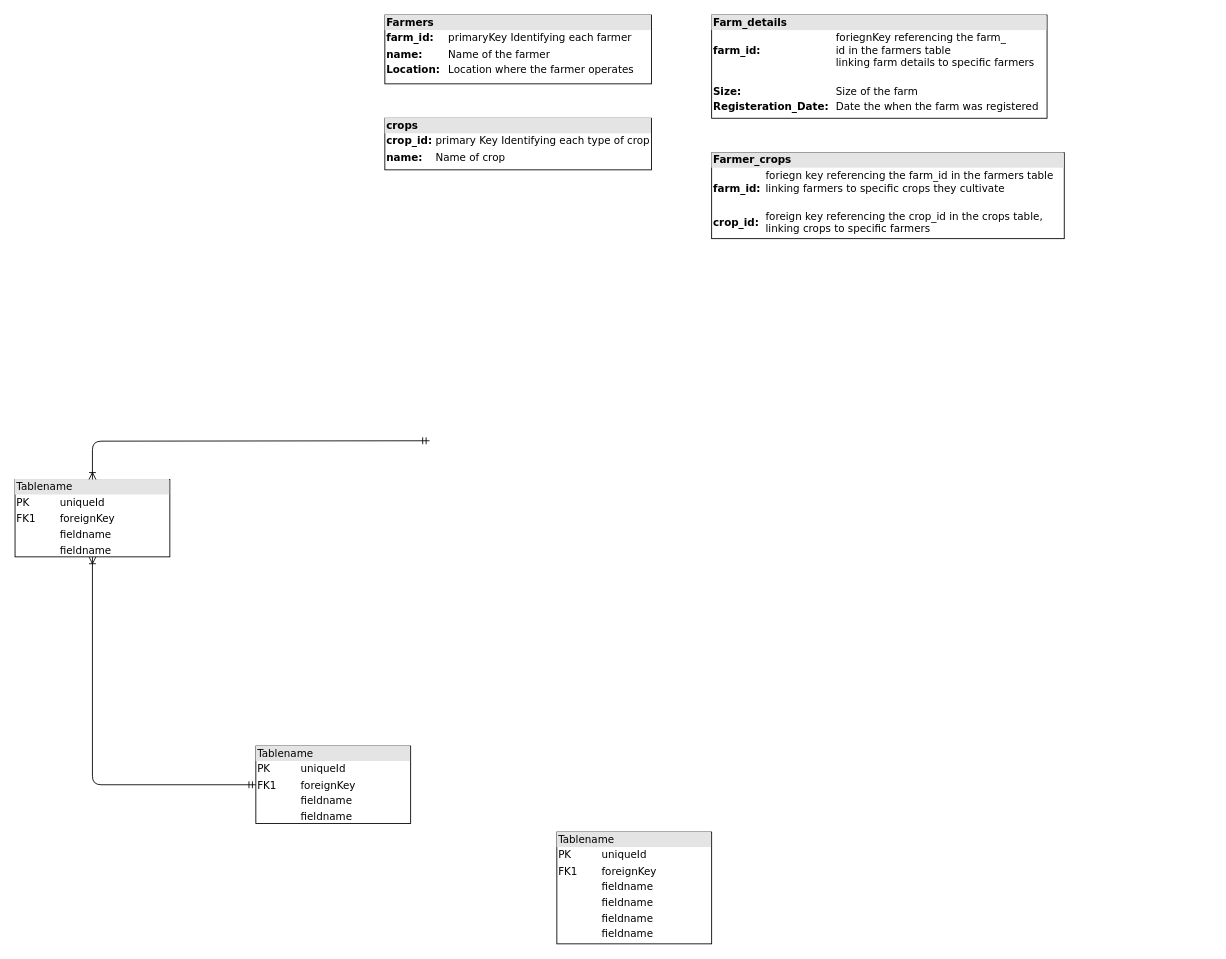
Galaxical/projecPractice keeps this draw.io diagram as Untitled Diagram.drawio. Above is the earlier version. Source tidied: cells renumbered, new cells numbered last; positions are measured from the earlier drawing's top-left corner, leaving out a move shared by most shapes. Both pictures are drawn from the tidied source at 86%, with x=0, y=0 at pixel (15, 15).
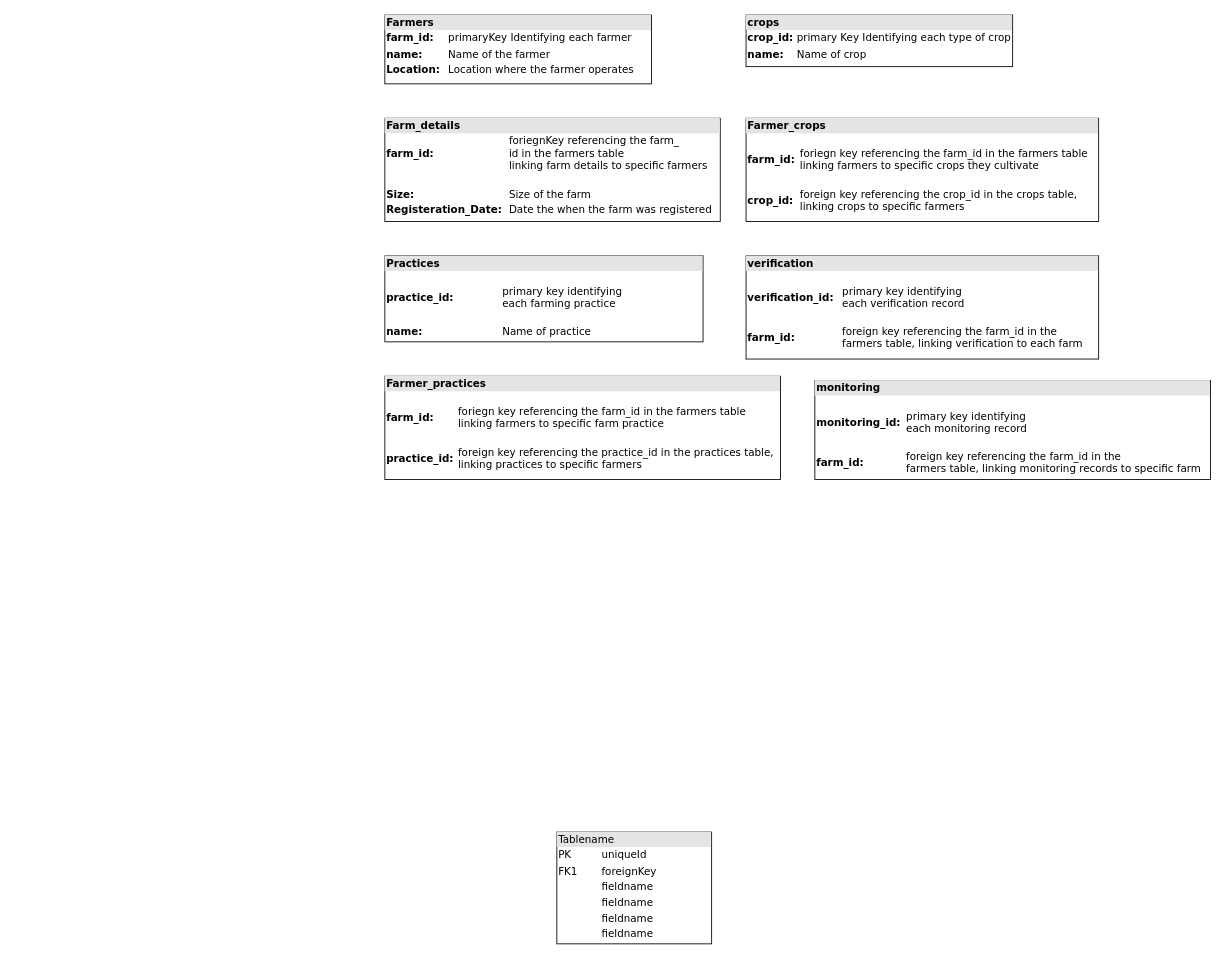
The same page after the edit.

Commit message:
practices_farmers_practice_verification_monitoring

Diff of the diagram source:
```diff
@@
 <mxGraphModel>
   <root>
     <mxCell id="0" />
     <mxCell id="1" parent="0" />
     <mxCell id="2" value="&lt;div style=&quot;text-align: justify; box-sizing: border-box; width: 100%; background: rgb(228, 228, 228); padding: 2px;&quot;&gt;&lt;b&gt;Farmers&lt;/b&gt;&lt;/div&gt;&lt;table style=&quot;width:100%;font-size:1em;&quot; cellpadding=&quot;2&quot; cellspacing=&quot;0&quot;&gt;&lt;tbody&gt;&lt;tr&gt;&lt;td&gt;&lt;b&gt;farm_id:&lt;/b&gt;&lt;/td&gt;&lt;td&gt;primaryKey Identifying each farmer&lt;/td&gt;&lt;/tr&gt;&lt;tr&gt;&lt;td&gt;&lt;b&gt;name:&lt;/b&gt;&lt;/td&gt;&lt;td&gt;Name of the farmer&lt;/td&gt;&lt;/tr&gt;&lt;tr&gt;&lt;td&gt;&lt;b&gt;Location:&lt;/b&gt;&lt;/td&gt;&lt;td&gt;Location where the farmer operates&lt;/td&gt;&lt;/tr&gt;&lt;/tbody&gt;&lt;/table&gt;" style="verticalAlign=top;align=left;overflow=fill;html=1;rounded=0;shadow=0;comic=0;labelBackgroundColor=none;strokeWidth=1;fontFamily=Verdana;fontSize=12;" parent="1" vertex="1">
       <mxGeometry x="430" width="310" height="80" as="geometry" />
     </mxCell>
     <mxCell id="3" style="edgeStyle=orthogonalEdgeStyle;html=1;entryX=0.5;entryY=0;dashed=1;labelBackgroundColor=none;startArrow=ERmandOne;endArrow=ERoneToMany;fontFamily=Verdana;fontSize=12;align=left;" parent="1" edge="1">
       <mxGeometry relative="1" as="geometry">
         <mxPoint x="1046" y="160" as="sourcePoint" />
       </mxGeometry>
     </mxCell>
-    <mxCell id="4" style="edgeStyle=orthogonalEdgeStyle;html=1;labelBackgroundColor=none;startArrow=ERmandOne;endArrow=ERoneToMany;fontFamily=Verdana;fontSize=12;align=left;" parent="1" edge="1" source="5" target="6">
-      <mxGeometry relative="1" as="geometry" />
-    </mxCell>
-    <mxCell id="5" value="&lt;div style=&quot;box-sizing: border-box ; width: 100% ; background: #e4e4e4 ; padding: 2px&quot;&gt;Tablename&lt;/div&gt;&lt;table style=&quot;width: 100% ; font-size: 1em&quot; cellpadding=&quot;2&quot; cellspacing=&quot;0&quot;&gt;&lt;tbody&gt;&lt;tr&gt;&lt;td&gt;PK&lt;/td&gt;&lt;td&gt;uniqueId&lt;/td&gt;&lt;/tr&gt;&lt;tr&gt;&lt;td&gt;FK1&lt;/td&gt;&lt;td&gt;foreignKey&lt;/td&gt;&lt;/tr&gt;&lt;tr&gt;&lt;td&gt;&lt;/td&gt;&lt;td&gt;fieldname&lt;/td&gt;&lt;/tr&gt;&lt;tr&gt;&lt;td&gt;&lt;br&gt;&lt;/td&gt;&lt;td&gt;fieldname&lt;br&gt;&lt;/td&gt;&lt;/tr&gt;&lt;/tbody&gt;&lt;/table&gt;" style="verticalAlign=top;align=left;overflow=fill;html=1;rounded=0;shadow=0;comic=0;labelBackgroundColor=none;strokeWidth=1;fontFamily=Verdana;fontSize=12;" parent="1" vertex="1">
-      <mxGeometry x="280" y="850" width="180" height="90" as="geometry" />
-    </mxCell>
-    <mxCell id="6" value="&lt;div style=&quot;box-sizing: border-box ; width: 100% ; background: #e4e4e4 ; padding: 2px&quot;&gt;Tablename&lt;/div&gt;&lt;table style=&quot;width: 100% ; font-size: 1em&quot; cellpadding=&quot;2&quot; cellspacing=&quot;0&quot;&gt;&lt;tbody&gt;&lt;tr&gt;&lt;td&gt;PK&lt;/td&gt;&lt;td&gt;uniqueId&lt;/td&gt;&lt;/tr&gt;&lt;tr&gt;&lt;td&gt;FK1&lt;/td&gt;&lt;td&gt;foreignKey&lt;/td&gt;&lt;/tr&gt;&lt;tr&gt;&lt;td&gt;&lt;/td&gt;&lt;td&gt;fieldname&lt;/td&gt;&lt;/tr&gt;&lt;tr&gt;&lt;td&gt;&lt;br&gt;&lt;/td&gt;&lt;td&gt;fieldname&lt;br&gt;&lt;/td&gt;&lt;/tr&gt;&lt;/tbody&gt;&lt;/table&gt;" style="verticalAlign=top;align=left;overflow=fill;html=1;rounded=0;shadow=0;comic=0;labelBackgroundColor=none;strokeWidth=1;fontFamily=Verdana;fontSize=12;" parent="1" vertex="1">
-      <mxGeometry y="540" width="180" height="90" as="geometry" />
-    </mxCell>
-    <mxCell id="7" style="edgeStyle=orthogonalEdgeStyle;html=1;entryX=0.5;entryY=0;labelBackgroundColor=none;startArrow=ERmandOne;endArrow=ERoneToMany;fontFamily=Verdana;fontSize=12;align=left;" parent="1" edge="1" target="6">
-      <mxGeometry relative="1" as="geometry">
-        <mxPoint x="482" y="495" as="sourcePoint" />
-      </mxGeometry>
-    </mxCell>
     <mxCell id="8" style="edgeStyle=orthogonalEdgeStyle;html=1;entryX=0.5;entryY=0;labelBackgroundColor=none;startArrow=ERmandOne;endArrow=ERoneToMany;fontFamily=Verdana;fontSize=12;align=left;dashed=1;" parent="1" edge="1">
       <mxGeometry relative="1" as="geometry">
         <mxPoint x="1046" y="540" as="sourcePoint" />
       </mxGeometry>
     </mxCell>
     <mxCell id="9" style="edgeStyle=orthogonalEdgeStyle;html=1;entryX=0.5;entryY=0;dashed=1;labelBackgroundColor=none;startArrow=ERmandOne;endArrow=ERoneToMany;fontFamily=Verdana;fontSize=12;align=left;" parent="1" edge="1">
       <mxGeometry relative="1" as="geometry">
         <mxPoint x="1280" y="380" as="sourcePoint" />
       </mxGeometry>
     </mxCell>
     <mxCell id="10" value="&lt;div style=&quot;box-sizing: border-box ; width: 100% ; background: #e4e4e4 ; padding: 2px&quot;&gt;Tablename&lt;/div&gt;&lt;table style=&quot;width: 100% ; font-size: 1em&quot; cellpadding=&quot;2&quot; cellspacing=&quot;0&quot;&gt;&lt;tbody&gt;&lt;tr&gt;&lt;td&gt;PK&lt;/td&gt;&lt;td&gt;uniqueId&lt;/td&gt;&lt;/tr&gt;&lt;tr&gt;&lt;td&gt;FK1&lt;/td&gt;&lt;td&gt;foreignKey&lt;/td&gt;&lt;/tr&gt;&lt;tr&gt;&lt;td&gt;&lt;/td&gt;&lt;td&gt;fieldname&lt;/td&gt;&lt;/tr&gt;&lt;tr&gt;&lt;td&gt;&lt;br&gt;&lt;/td&gt;&lt;td&gt;fieldname&lt;br&gt;&lt;/td&gt;&lt;/tr&gt;&lt;tr&gt;&lt;td&gt;&lt;br&gt;&lt;/td&gt;&lt;td&gt;fieldname&lt;br&gt;&lt;/td&gt;&lt;/tr&gt;&lt;tr&gt;&lt;td&gt;&lt;br&gt;&lt;/td&gt;&lt;td&gt;fieldname&lt;br&gt;&lt;/td&gt;&lt;/tr&gt;&lt;/tbody&gt;&lt;/table&gt;" style="verticalAlign=top;align=left;overflow=fill;html=1;rounded=0;shadow=0;comic=0;labelBackgroundColor=none;strokeWidth=1;fontFamily=Verdana;fontSize=12;" parent="1" vertex="1">
       <mxGeometry x="630" y="950" width="180" height="130" as="geometry" />
     </mxCell>
     <mxCell id="11" value="&lt;div style=&quot;text-align: justify; box-sizing: border-box; width: 100%; background: rgb(228, 228, 228); padding: 2px;&quot;&gt;&lt;b&gt;Farm_details&lt;/b&gt;&lt;/div&gt;&lt;table style=&quot;text-align: justify; width: 100%; font-size: 1em;&quot; cellpadding=&quot;2&quot; cellspacing=&quot;0&quot;&gt;&lt;tbody&gt;&lt;tr&gt;&lt;td&gt;&lt;b&gt;farm_id:&lt;/b&gt;&lt;/td&gt;&lt;td&gt;foriegnKey referencing the farm_&lt;br&gt;id in the farmers table&lt;br&gt;linking farm details to specific farmers&lt;/td&gt;&lt;/tr&gt;&lt;tr&gt;&lt;td&gt;&lt;b&gt;&lt;br&gt;Size:&lt;/b&gt;&lt;/td&gt;&lt;td&gt;&lt;br&gt;Size of the farm&lt;/td&gt;&lt;/tr&gt;&lt;tr&gt;&lt;td&gt;&lt;b&gt;Registeration_Date:&lt;/b&gt;&lt;/td&gt;&lt;td&gt;Date the when the farm was registered&lt;/td&gt;&lt;/tr&gt;&lt;/tbody&gt;&lt;/table&gt;" style="verticalAlign=top;align=left;overflow=fill;html=1;rounded=0;shadow=0;comic=0;labelBackgroundColor=none;strokeWidth=1;fontFamily=Verdana;fontSize=12;" parent="1" vertex="1">
-      <mxGeometry x="810" width="390" height="120" as="geometry" />
+      <mxGeometry x="430" y="120" width="390" height="120" as="geometry" />
     </mxCell>
     <mxCell id="12" value="&lt;div style=&quot;text-align: justify; box-sizing: border-box; width: 100%; background: rgb(228, 228, 228); padding: 2px;&quot;&gt;&lt;b&gt;crops&lt;/b&gt;&lt;/div&gt;&lt;table style=&quot;width:100%;font-size:1em;&quot; cellpadding=&quot;2&quot; cellspacing=&quot;0&quot;&gt;&lt;tbody&gt;&lt;tr&gt;&lt;td&gt;&lt;b&gt;crop_id:&lt;/b&gt;&lt;/td&gt;&lt;td&gt;primary Key Identifying each type of crop&lt;/td&gt;&lt;/tr&gt;&lt;tr&gt;&lt;td&gt;&lt;b&gt;name:&lt;/b&gt;&lt;/td&gt;&lt;td&gt;Name of crop&lt;/td&gt;&lt;/tr&gt;&lt;tr&gt;&lt;td&gt;&lt;br&gt;&lt;/td&gt;&lt;td&gt;&lt;br&gt;&lt;/td&gt;&lt;/tr&gt;&lt;/tbody&gt;&lt;/table&gt;" style="verticalAlign=top;align=left;overflow=fill;html=1;rounded=0;shadow=0;comic=0;labelBackgroundColor=none;strokeWidth=1;fontFamily=Verdana;fontSize=12;" parent="1" vertex="1">
-      <mxGeometry x="430" y="120" width="310" height="60" as="geometry" />
+      <mxGeometry x="850" width="310" height="60" as="geometry" />
     </mxCell>
-    <mxCell id="13" value="&lt;div style=&quot;text-align: justify; box-sizing: border-box; width: 100%; background: rgb(228, 228, 228); padding: 2px;&quot;&gt;&lt;b&gt;Farmer_crops&lt;/b&gt;&lt;/div&gt;&lt;table style=&quot;text-align: justify; width: 100%; font-size: 1em;&quot; cellpadding=&quot;2&quot; cellspacing=&quot;0&quot;&gt;&lt;tbody&gt;&lt;tr&gt;&lt;td&gt;&lt;b&gt;farm_id:&lt;/b&gt;&lt;/td&gt;&lt;td&gt;foriegn key referencing the farm_id in the farmers table&lt;br&gt;linking farmers to specific crops they cultivate&lt;br&gt;&lt;br&gt;&lt;/td&gt;&lt;/tr&gt;&lt;tr&gt;&lt;td&gt;&lt;b&gt;crop_id:&lt;/b&gt;&lt;/td&gt;&lt;td&gt;foreign key referencing the crop_id in the crops table,&lt;br&gt;linking crops to specific farmers&lt;/td&gt;&lt;/tr&gt;&lt;/tbody&gt;&lt;/table&gt;" style="verticalAlign=top;align=left;overflow=fill;html=1;rounded=0;shadow=0;comic=0;labelBackgroundColor=none;strokeWidth=1;fontFamily=Verdana;fontSize=12;" parent="1" vertex="1">
-      <mxGeometry x="810" y="160" width="410" height="100" as="geometry" />
+    <mxCell id="13" value="&lt;div style=&quot;text-align: justify; box-sizing: border-box; width: 100%; background: rgb(228, 228, 228); padding: 2px;&quot;&gt;&lt;b&gt;Farmer_crops&lt;/b&gt;&lt;/div&gt;&lt;table style=&quot;text-align: justify; width: 100%; font-size: 1em;&quot; cellpadding=&quot;2&quot; cellspacing=&quot;0&quot;&gt;&lt;tbody&gt;&lt;tr&gt;&lt;td&gt;&lt;b&gt;farm_id:&lt;/b&gt;&lt;/td&gt;&lt;td&gt;&lt;br&gt;foriegn key referencing the farm_id in the farmers table&lt;br&gt;linking farmers to specific crops they cultivate&lt;br&gt;&lt;br&gt;&lt;/td&gt;&lt;/tr&gt;&lt;tr&gt;&lt;td&gt;&lt;b&gt;crop_id:&lt;/b&gt;&lt;/td&gt;&lt;td&gt;foreign key referencing the crop_id in the crops table,&lt;br&gt;linking crops to specific farmers&lt;/td&gt;&lt;/tr&gt;&lt;/tbody&gt;&lt;/table&gt;" style="verticalAlign=top;align=left;overflow=fill;html=1;rounded=0;shadow=0;comic=0;labelBackgroundColor=none;strokeWidth=1;fontFamily=Verdana;fontSize=12;" parent="1" vertex="1">
+      <mxGeometry x="850" y="120" width="410" height="120" as="geometry" />
     </mxCell>
+    <mxCell id="14" value="&lt;div style=&quot;text-align: justify; box-sizing: border-box; width: 100%; background: rgb(228, 228, 228); padding: 2px;&quot;&gt;&lt;b&gt;Practices&lt;/b&gt;&lt;/div&gt;&lt;table style=&quot;width:100%;font-size:1em;&quot; cellpadding=&quot;2&quot; cellspacing=&quot;0&quot;&gt;&lt;tbody&gt;&lt;tr&gt;&lt;td&gt;&lt;b&gt;practice_id:&lt;/b&gt;&lt;/td&gt;&lt;td&gt;&lt;br&gt;primary key identifying &lt;br&gt;each farming practice&lt;br&gt;&lt;br&gt;&lt;/td&gt;&lt;/tr&gt;&lt;tr&gt;&lt;td&gt;&lt;b&gt;name:&lt;/b&gt;&lt;/td&gt;&lt;td&gt;Name of practice&lt;/td&gt;&lt;/tr&gt;&lt;tr&gt;&lt;td&gt;&lt;br&gt;&lt;/td&gt;&lt;td&gt;&lt;br&gt;&lt;/td&gt;&lt;/tr&gt;&lt;/tbody&gt;&lt;/table&gt;" style="verticalAlign=top;align=left;overflow=fill;html=1;rounded=0;shadow=0;comic=0;labelBackgroundColor=none;strokeWidth=1;fontFamily=Verdana;fontSize=12;" parent="1" vertex="1">
+      <mxGeometry x="430" y="280" width="370" height="100" as="geometry" />
+    </mxCell>
+    <mxCell id="15" value="&lt;div style=&quot;text-align: justify; box-sizing: border-box; width: 100%; background: rgb(228, 228, 228); padding: 2px;&quot;&gt;&lt;b&gt;Farmer_practices&lt;/b&gt;&lt;/div&gt;&lt;table style=&quot;text-align: justify; width: 100%; font-size: 1em;&quot; cellpadding=&quot;2&quot; cellspacing=&quot;0&quot;&gt;&lt;tbody&gt;&lt;tr&gt;&lt;td&gt;&lt;b&gt;farm_id:&lt;/b&gt;&lt;/td&gt;&lt;td&gt;&lt;br&gt;foriegn key referencing the farm_id in the farmers table&lt;br&gt;linking farmers to specific farm practice&lt;br&gt;&lt;br&gt;&lt;/td&gt;&lt;/tr&gt;&lt;tr&gt;&lt;td&gt;&lt;b&gt;practice_id:&lt;/b&gt;&lt;/td&gt;&lt;td&gt;foreign key referencing the practice_id in the practices table,&lt;br&gt;linking practices to specific farmers&lt;/td&gt;&lt;/tr&gt;&lt;/tbody&gt;&lt;/table&gt;" style="verticalAlign=top;align=left;overflow=fill;html=1;rounded=0;shadow=0;comic=0;labelBackgroundColor=none;strokeWidth=1;fontFamily=Verdana;fontSize=12;" parent="1" vertex="1">
+      <mxGeometry x="430" y="420" width="460" height="120" as="geometry" />
+    </mxCell>
+    <mxCell id="16" value="&lt;div style=&quot;text-align: justify; box-sizing: border-box; width: 100%; background: rgb(228, 228, 228); padding: 2px;&quot;&gt;&lt;b&gt;verification&lt;/b&gt;&lt;/div&gt;&lt;table style=&quot;width:100%;font-size:1em;&quot; cellpadding=&quot;2&quot; cellspacing=&quot;0&quot;&gt;&lt;tbody&gt;&lt;tr&gt;&lt;td&gt;&lt;b&gt;verification_id:&lt;/b&gt;&lt;/td&gt;&lt;td&gt;&lt;br&gt;primary key identifying &lt;br&gt;each verification record&lt;br&gt;&lt;br&gt;&lt;/td&gt;&lt;/tr&gt;&lt;tr&gt;&lt;td&gt;&lt;b&gt;farm_id:&lt;/b&gt;&lt;/td&gt;&lt;td&gt;foreign key referencing the farm_id in the&lt;br&gt;farmers table, linking verification to each farm&lt;/td&gt;&lt;/tr&gt;&lt;tr&gt;&lt;td&gt;&lt;br&gt;&lt;/td&gt;&lt;td&gt;&lt;br&gt;&lt;/td&gt;&lt;/tr&gt;&lt;/tbody&gt;&lt;/table&gt;" style="verticalAlign=top;align=left;overflow=fill;html=1;rounded=0;shadow=0;comic=0;labelBackgroundColor=none;strokeWidth=1;fontFamily=Verdana;fontSize=12;" parent="1" vertex="1">
+      <mxGeometry x="850" y="280" width="410" height="120" as="geometry" />
+    </mxCell>
+    <mxCell id="17" value="&lt;div style=&quot;text-align: justify; box-sizing: border-box; width: 100%; background: rgb(228, 228, 228); padding: 2px;&quot;&gt;&lt;b&gt;monitoring&amp;nbsp;&lt;/b&gt;&lt;/div&gt;&lt;table style=&quot;width:100%;font-size:1em;&quot; cellpadding=&quot;2&quot; cellspacing=&quot;0&quot;&gt;&lt;tbody&gt;&lt;tr&gt;&lt;td&gt;&lt;b&gt;monitoring_id:&lt;/b&gt;&lt;/td&gt;&lt;td&gt;&lt;br&gt;primary key identifying &lt;br&gt;each monitoring record&lt;br&gt;&lt;br&gt;&lt;/td&gt;&lt;/tr&gt;&lt;tr&gt;&lt;td&gt;&lt;b&gt;farm_id:&lt;/b&gt;&lt;/td&gt;&lt;td&gt;foreign key referencing the farm_id in the&lt;br&gt;farmers table, linking monitoring records to specific farm&lt;/td&gt;&lt;/tr&gt;&lt;tr&gt;&lt;td&gt;&lt;br&gt;&lt;/td&gt;&lt;td&gt;&lt;br&gt;&lt;/td&gt;&lt;/tr&gt;&lt;/tbody&gt;&lt;/table&gt;" style="verticalAlign=top;align=left;overflow=fill;html=1;rounded=0;shadow=0;comic=0;labelBackgroundColor=none;strokeWidth=1;fontFamily=Verdana;fontSize=12;" parent="1" vertex="1">
+      <mxGeometry x="930" y="425" width="460" height="115" as="geometry" />
+    </mxCell>
   </root>
 </mxGraphModel>
```
